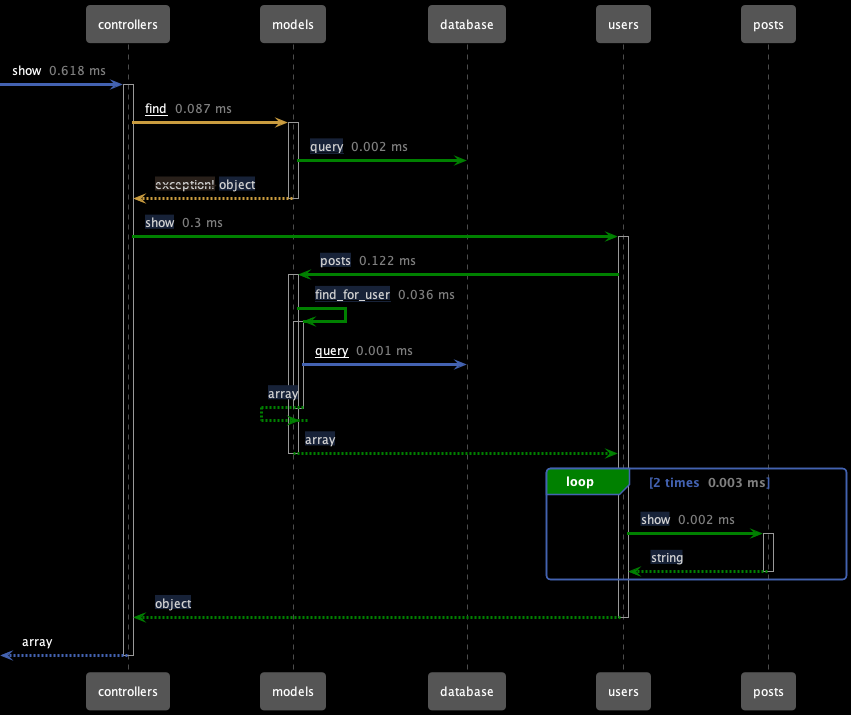
getappmap/appmap-js keeps this PlantUML diagram as packages/sequence-diagram/tests/fixtures/sequenceDiagrams/userFoundVsNotFound.sequence.png. Above is the earlier version.
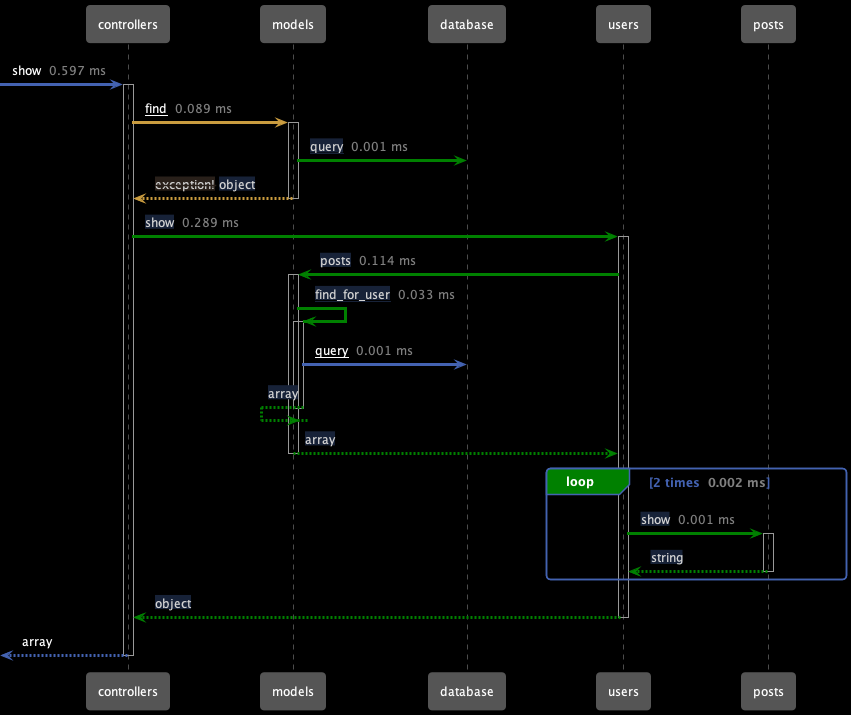
Above is the later version.

Change to the diagram source:
```diff
@@ -5,26 +5,26 @@
 participant database as "database"
 participant users as "users"
 participant posts as "posts"
-  [->controllers: show <color:gray> 0.618 ms</color>
+  [->controllers: show <color:gray> 0.597 ms</color>
   activate controllers
-    controllers-[#CA9C3F]>models: <u>find</u> <color:gray> 0.087 ms</color>
+    controllers-[#CA9C3F]>models: <u>find</u> <color:gray> 0.089 ms</color>
     activate models
-      models-[#green]>database: <u><color:lightgray><back:#172238>query</back></color></u> <color:gray> 0.002 ms</color>
+      models-[#green]>database: <u><color:lightgray><back:#172238>query</back></color></u> <color:gray> 0.001 ms</color>
     controllers<[#CA9C3F]--models: <color:lightgray><back:#29201A>--exception!--</back></color> <color:lightgray><back:#172238>object</back></color>
     deactivate models
-    controllers-[#green]>users: <color:lightgray><back:#172238>show</back></color> <color:gray> 0.3 ms</color>
+    controllers-[#green]>users: <color:lightgray><back:#172238>show</back></color> <color:gray> 0.289 ms</color>
     activate users
-      users-[#green]>models: <color:lightgray><back:#172238>posts</back></color> <color:gray> 0.122 ms</color>
+      users-[#green]>models: <color:lightgray><back:#172238>posts</back></color> <color:gray> 0.114 ms</color>
       activate models
-        models-[#green]>models: <u><color:lightgray><back:#172238>find_for_user</back></color></u> <color:gray> 0.036 ms</color>
+        models-[#green]>models: <u><color:lightgray><back:#172238>find_for_user</back></color></u> <color:gray> 0.033 ms</color>
         activate models
           models->database: <u>query</u> <color:gray> 0.001 ms</color>
         models<[#green]--models: <color:lightgray><back:#172238>array</back></color>
         deactivate models
       users<[#green]--models: <color:lightgray><back:#172238>array</back></color>
       deactivate models
-      Loop#green 2 times <color:gray> 0.003 ms</color>
-        users-[#green]>posts: <color:lightgray><back:#172238>show</back></color> <color:gray> 0.002 ms</color>
+      Loop#green 2 times <color:gray> 0.002 ms</color>
+        users-[#green]>posts: <color:lightgray><back:#172238>show</back></color> <color:gray> 0.001 ms</color>
         activate posts
         users<[#green]--posts: <color:lightgray><back:#172238>string</back></color>
         deactivate posts
```
